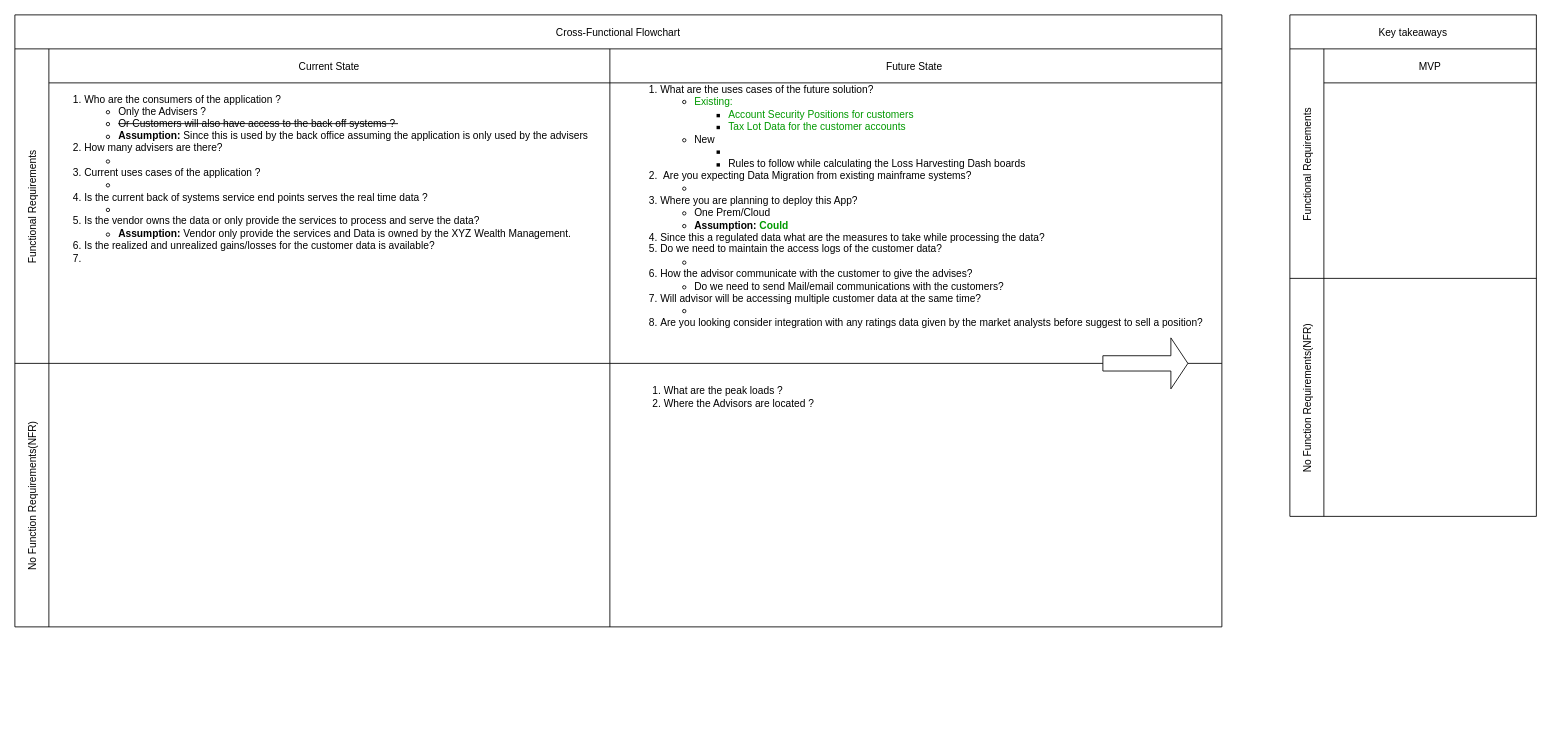
Above: page "Discussion" (2 of 3) of solution/XYZ Wealth Management.drawio in Vykuntarao-n/loss-harvesting-dashboard (draw.io), before the change. Source tidied: cells renumbered, new cells numbered last; positions are measured from the earlier drawing's top-left corner, leaving out a move shared by most shapes. Both pictures are drawn from the tidied source at 85%, with x=0, y=0 at pixel (14, 14).
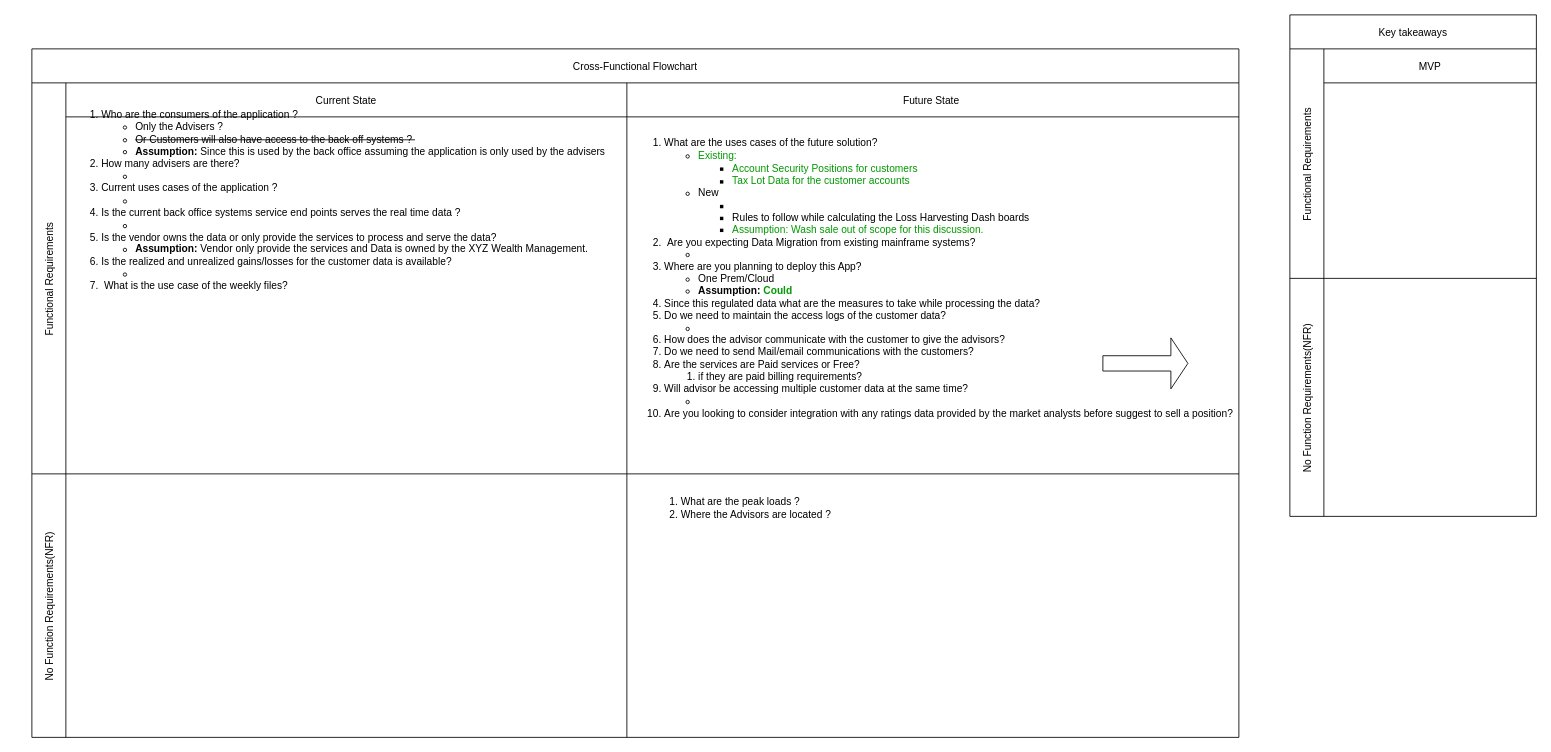
The same diagram, later.

The edit, as a diff of the source:
```diff
@@
 <mxGraphModel>
   <root>
     <mxCell id="0" />
     <mxCell id="1" parent="0" />
     <mxCell id="2" value="Cross-Functional Flowchart" style="shape=table;childLayout=tableLayout;startSize=40;" parent="1" vertex="1">
-      <mxGeometry width="1420" height="720" as="geometry" />
+      <mxGeometry x="20" y="40" width="1420" height="810" as="geometry" />
     </mxCell>
     <mxCell id="3" value="Functional Requirements" style="shape=tableRow;horizontal=0;swimlaneHead=0;swimlaneBody=0;top=0;left=0;bottom=0;right=0;fontStyle=0;fillColor=none;startSize=40;" parent="2" vertex="1">
-      <mxGeometry y="40" width="1420" height="370" as="geometry" />
+      <mxGeometry y="40" width="1420" height="460" as="geometry" />
     </mxCell>
     <mxCell id="4" value="Current State" style="swimlane;swimlaneHead=0;swimlaneBody=0;fontStyle=0;fillColor=none;startSize=40;" parent="3" vertex="1">
-      <mxGeometry x="40" width="660" height="370" as="geometry" />
+      <mxGeometry x="40" width="660" height="460" as="geometry" />
     </mxCell>
-    <mxCell id="5" value="&lt;ol&gt;&lt;li&gt;&lt;span style=&quot;background-color: initial;&quot;&gt;Who are the consumers of the application ?&lt;/span&gt;&lt;/li&gt;&lt;ul&gt;&lt;li&gt;&lt;span style=&quot;background-color: initial;&quot;&gt;Only the Advisers ?&amp;nbsp;&lt;/span&gt;&lt;/li&gt;&lt;li&gt;&lt;strike&gt;Or Customers will also have access to the back off systems ?&amp;nbsp;&lt;/strike&gt;&lt;/li&gt;&lt;li&gt;&lt;b&gt;Assumption: &lt;/b&gt;Since this is used by the back office assuming the application is only used by the advisers&lt;/li&gt;&lt;/ul&gt;&lt;li&gt;&lt;span style=&quot;background-color: initial;&quot;&gt;How many advisers are there?&amp;nbsp;&lt;/span&gt;&lt;/li&gt;&lt;ul&gt;&lt;li&gt;&lt;span style=&quot;background-color: initial;&quot;&gt;&lt;br&gt;&lt;/span&gt;&lt;/li&gt;&lt;/ul&gt;&lt;li&gt;&lt;span style=&quot;background-color: initial;&quot;&gt;Current uses cases of the application ?&amp;nbsp;&lt;/span&gt;&lt;/li&gt;&lt;ul&gt;&lt;li&gt;&lt;span style=&quot;background-color: initial;&quot;&gt;&lt;br&gt;&lt;/span&gt;&lt;/li&gt;&lt;/ul&gt;&lt;li&gt;Is the current back of systems service end points serves the real time data ?&amp;nbsp;&lt;/li&gt;&lt;ul&gt;&lt;li&gt;&lt;br&gt;&lt;/li&gt;&lt;/ul&gt;&lt;li&gt;Is the vendor owns the data or only provide the services to process and serve the data?&amp;nbsp;&lt;/li&gt;&lt;ul&gt;&lt;li&gt;&lt;b&gt;Assumption: &lt;/b&gt;Vendor only provide the services and Data is owned by the XYZ Wealth Management.&amp;nbsp;&lt;/li&gt;&lt;/ul&gt;&lt;li&gt;&lt;span&gt;Is the realized and unrealized gains/losses for the customer data is available?&lt;/span&gt;&lt;br&gt;&lt;/li&gt;&lt;li&gt;&lt;span&gt;&lt;br&gt;&lt;/span&gt;&lt;/li&gt;&lt;/ol&gt;&lt;div&gt;&lt;br&gt;&lt;/div&gt;" style="text;html=1;align=left;verticalAlign=middle;strokeColor=none;fillColor=none;" parent="4" vertex="1">
-      <mxGeometry y="35" width="660" height="250" as="geometry" />
+    <mxCell id="5" value="&lt;ol&gt;&lt;li&gt;&lt;span style=&quot;background-color: initial;&quot;&gt;Who are the consumers of the application ?&lt;/span&gt;&lt;/li&gt;&lt;ul&gt;&lt;li&gt;&lt;span style=&quot;background-color: initial;&quot;&gt;Only the Advisers ?&amp;nbsp;&lt;/span&gt;&lt;/li&gt;&lt;li&gt;&lt;strike&gt;Or Customers will also have access to the back off systems ?&amp;nbsp;&lt;/strike&gt;&lt;/li&gt;&lt;li&gt;&lt;b&gt;Assumption: &lt;/b&gt;Since this is used by the back office assuming the application is only used by the advisers&lt;/li&gt;&lt;/ul&gt;&lt;li&gt;&lt;span style=&quot;background-color: initial;&quot;&gt;How many advisers are there?&amp;nbsp;&lt;/span&gt;&lt;/li&gt;&lt;ul&gt;&lt;li&gt;&lt;span style=&quot;background-color: initial;&quot;&gt;&lt;br&gt;&lt;/span&gt;&lt;/li&gt;&lt;/ul&gt;&lt;li&gt;&lt;span style=&quot;background-color: initial;&quot;&gt;Current uses cases of the application ?&amp;nbsp;&lt;/span&gt;&lt;/li&gt;&lt;ul&gt;&lt;li&gt;&lt;span style=&quot;background-color: initial;&quot;&gt;&lt;br&gt;&lt;/span&gt;&lt;/li&gt;&lt;/ul&gt;&lt;li&gt;Is the current back office systems service end points serves the real time data ?&amp;nbsp;&lt;/li&gt;&lt;ul&gt;&lt;li&gt;&lt;br&gt;&lt;/li&gt;&lt;/ul&gt;&lt;li&gt;Is the vendor owns the data or only provide the services to process and serve the data?&amp;nbsp;&lt;/li&gt;&lt;ul&gt;&lt;li&gt;&lt;b&gt;Assumption: &lt;/b&gt;Vendor only provide the services and Data is owned by the XYZ Wealth Management.&amp;nbsp;&lt;/li&gt;&lt;/ul&gt;&lt;li&gt;&lt;span&gt;Is the realized and unrealized gains/losses for the customer data is available?&lt;/span&gt;&lt;br&gt;&lt;/li&gt;&lt;ul&gt;&lt;li&gt;&lt;span&gt;&lt;br&gt;&lt;/span&gt;&lt;/li&gt;&lt;/ul&gt;&lt;li&gt;&lt;span&gt;&lt;b style=&quot;&quot;&gt;&amp;nbsp;&lt;/b&gt;What is the use case&amp;nbsp;of the weekly files?&lt;div style=&quot;&quot;&gt;&lt;span style=&quot;background-color: initial;&quot;&gt;&lt;br&gt;&lt;/span&gt;&lt;/div&gt;&lt;span style=&quot;&quot;&gt;&amp;nbsp;&lt;/span&gt;&lt;br&gt;&lt;/span&gt;&lt;/li&gt;&lt;/ol&gt;&lt;div&gt;&lt;br&gt;&lt;/div&gt;" style="text;html=1;align=left;verticalAlign=middle;strokeColor=none;fillColor=none;" parent="4" vertex="1">
+      <mxGeometry y="10" width="660" height="300" as="geometry" />
     </mxCell>
     <mxCell id="6" value="Future State " style="swimlane;swimlaneHead=0;swimlaneBody=0;fontStyle=0;fillColor=none;startSize=40;" parent="3" vertex="1">
-      <mxGeometry x="700" width="720" height="370" as="geometry" />
+      <mxGeometry x="700" width="720" height="460" as="geometry" />
     </mxCell>
-    <mxCell id="7" value="&lt;ol&gt;&lt;li style=&quot;text-align: left;&quot;&gt;What are the uses cases of the future solution?&lt;/li&gt;&lt;ul&gt;&lt;li style=&quot;text-align: left;&quot;&gt;&lt;span style=&quot;line-height: 107%;&quot;&gt;&lt;font color=&quot;#009900&quot; style=&quot;font-size: 12px;&quot;&gt;Existing:&amp;nbsp;&lt;/font&gt;&lt;/span&gt;&lt;/li&gt;&lt;ul&gt;&lt;li style=&quot;text-align: left;&quot;&gt;&lt;font color=&quot;#009900&quot;&gt;&lt;span style=&quot;line-height: 107%;&quot;&gt;&lt;font style=&quot;font-size: 12px;&quot;&gt;Account Security Positions for customers&lt;/font&gt;&lt;/span&gt;&lt;span style=&quot;font-size: 11pt; line-height: 107%;&quot;&gt;&amp;nbsp;&lt;/span&gt;&lt;/font&gt;&lt;/li&gt;&lt;li style=&quot;text-align: left;&quot;&gt;&lt;font color=&quot;#009900&quot; style=&quot;font-size: 12px;&quot;&gt;Tax Lot Data for the customer accounts&lt;/font&gt;&lt;/li&gt;&lt;/ul&gt;&lt;li style=&quot;text-align: left;&quot;&gt;&lt;font style=&quot;font-size: 12px;&quot;&gt;New&lt;/font&gt;&lt;/li&gt;&lt;ul&gt;&lt;li style=&quot;text-align: left;&quot;&gt;&lt;br&gt;&lt;/li&gt;&lt;li style=&quot;text-align: left;&quot;&gt;Rules to follow while calculating the Loss Harvesting Dash boards&amp;nbsp;&lt;/li&gt;&lt;/ul&gt;&lt;/ul&gt;&lt;li style=&quot;text-align: left;&quot;&gt;&amp;nbsp;Are you expecting Data Migration from existing mainframe systems?&lt;/li&gt;&lt;ul&gt;&lt;li style=&quot;text-align: left;&quot;&gt;&lt;br&gt;&lt;/li&gt;&lt;/ul&gt;&lt;li style=&quot;text-align: left;&quot;&gt;Where you are planning to deploy this App?&lt;/li&gt;&lt;ul&gt;&lt;li style=&quot;text-align: left;&quot;&gt;One Prem/Cloud&amp;nbsp;&lt;/li&gt;&lt;li style=&quot;text-align: left;&quot;&gt;&lt;b&gt;Assumption: &lt;font color=&quot;#009900&quot;&gt;Could&lt;/font&gt;&lt;/b&gt;&lt;/li&gt;&lt;/ul&gt;&lt;li style=&quot;text-align: left;&quot;&gt;Since this a regulated data what are the measures to take while processing the data?&lt;/li&gt;&lt;li style=&quot;text-align: left;&quot;&gt;Do we need to maintain the access logs of the customer data?&lt;/li&gt;&lt;ul&gt;&lt;li style=&quot;text-align: left;&quot;&gt;&lt;br&gt;&lt;/li&gt;&lt;/ul&gt;&lt;li style=&quot;text-align: left;&quot;&gt;How the advisor communicate with the customer to give the advises?&lt;/li&gt;&lt;ul&gt;&lt;li style=&quot;text-align: left;&quot;&gt;Do we need to send Mail/email communications with the customers?&amp;nbsp;&amp;nbsp;&lt;/li&gt;&lt;/ul&gt;&lt;li style=&quot;text-align: left;&quot;&gt;Will advisor will be accessing multiple customer data at the same time?&amp;nbsp;&lt;/li&gt;&lt;ul&gt;&lt;li style=&quot;text-align: left;&quot;&gt;&lt;br&gt;&lt;/li&gt;&lt;/ul&gt;&lt;li style=&quot;text-align: left;&quot;&gt;Are you looking consider integration with any ratings data given by the market analysts before suggest to sell a position?&amp;nbsp;&lt;/li&gt;&lt;/ol&gt;" style="text;html=1;align=center;verticalAlign=middle;strokeColor=none;fillColor=none;" parent="6" vertex="1">
-      <mxGeometry x="5" y="20" width="710" height="330" as="geometry" />
+    <mxCell id="7" value="&lt;ol&gt;&lt;li style=&quot;text-align: left;&quot;&gt;What are the uses cases of the future solution?&lt;/li&gt;&lt;ul&gt;&lt;li style=&quot;text-align: left;&quot;&gt;&lt;span style=&quot;line-height: 107%;&quot;&gt;&lt;font color=&quot;#009900&quot; style=&quot;font-size: 12px;&quot;&gt;Existing:&amp;nbsp;&lt;/font&gt;&lt;/span&gt;&lt;/li&gt;&lt;ul&gt;&lt;li style=&quot;text-align: left;&quot;&gt;&lt;font color=&quot;#009900&quot;&gt;&lt;span style=&quot;line-height: 107%;&quot;&gt;&lt;font style=&quot;font-size: 12px;&quot;&gt;Account Security Positions for customers&lt;/font&gt;&lt;/span&gt;&lt;span style=&quot;font-size: 11pt; line-height: 107%;&quot;&gt;&amp;nbsp;&lt;/span&gt;&lt;/font&gt;&lt;/li&gt;&lt;li style=&quot;text-align: left;&quot;&gt;&lt;font color=&quot;#009900&quot; style=&quot;font-size: 12px;&quot;&gt;Tax Lot Data for the customer accounts&lt;/font&gt;&lt;/li&gt;&lt;/ul&gt;&lt;li style=&quot;text-align: left;&quot;&gt;&lt;font style=&quot;font-size: 12px;&quot;&gt;New&lt;/font&gt;&lt;/li&gt;&lt;ul&gt;&lt;li style=&quot;text-align: left;&quot;&gt;&lt;br&gt;&lt;/li&gt;&lt;li style=&quot;text-align: left;&quot;&gt;Rules to follow while calculating the Loss Harvesting Dash boards&lt;/li&gt;&lt;li style=&quot;text-align: left;&quot;&gt;&lt;font color=&quot;#009900&quot;&gt;Assumption: Wash sale out of scope for this discussion.&lt;/font&gt;&amp;nbsp;&amp;nbsp;&lt;/li&gt;&lt;/ul&gt;&lt;/ul&gt;&lt;li style=&quot;text-align: left;&quot;&gt;&amp;nbsp;Are you expecting Data Migration from existing mainframe systems?&lt;/li&gt;&lt;ul&gt;&lt;li style=&quot;text-align: left;&quot;&gt;&lt;br&gt;&lt;/li&gt;&lt;/ul&gt;&lt;li style=&quot;text-align: left;&quot;&gt;Where are you planning to deploy this App?&lt;/li&gt;&lt;ul&gt;&lt;li style=&quot;text-align: left;&quot;&gt;One Prem/Cloud&amp;nbsp;&lt;/li&gt;&lt;li style=&quot;text-align: left;&quot;&gt;&lt;b&gt;Assumption: &lt;font color=&quot;#009900&quot;&gt;Could&lt;/font&gt;&lt;/b&gt;&lt;/li&gt;&lt;/ul&gt;&lt;li style=&quot;text-align: left;&quot;&gt;Since this regulated data what are the measures to take while processing the data?&lt;/li&gt;&lt;li style=&quot;text-align: left;&quot;&gt;Do we need to maintain the access logs of the customer data?&lt;/li&gt;&lt;ul&gt;&lt;li style=&quot;text-align: left;&quot;&gt;&lt;br&gt;&lt;/li&gt;&lt;/ul&gt;&lt;li style=&quot;text-align: left;&quot;&gt;How does the advisor communicate with the customer to give the advisors?&lt;/li&gt;&lt;li style=&quot;text-align: left;&quot;&gt;Do we need to send Mail/email communications with the customers?&lt;/li&gt;&lt;li style=&quot;text-align: left;&quot;&gt;Are the services are Paid services or Free?&lt;/li&gt;&lt;ol&gt;&lt;li style=&quot;text-align: left;&quot;&gt;if they are paid billing requirements?&amp;nbsp;&amp;nbsp;&lt;/li&gt;&lt;/ol&gt;&lt;li style=&quot;text-align: left;&quot;&gt;Will advisor be accessing multiple customer data at the same time?&amp;nbsp;&lt;/li&gt;&lt;ul&gt;&lt;li style=&quot;text-align: left;&quot;&gt;&lt;br&gt;&lt;/li&gt;&lt;/ul&gt;&lt;li style=&quot;text-align: left;&quot;&gt;Are you looking to consider integration with any ratings data provided by the market analysts before suggest to sell a position?&amp;nbsp;&lt;/li&gt;&lt;/ol&gt;" style="text;html=1;align=center;verticalAlign=middle;strokeColor=none;fillColor=none;" parent="6" vertex="1">
+      <mxGeometry x="-10" y="45" width="740" height="370" as="geometry" />
     </mxCell>
     <mxCell id="8" value="No Function Requirements(NFR)" style="shape=tableRow;horizontal=0;swimlaneHead=0;swimlaneBody=0;top=0;left=0;bottom=0;right=0;fontStyle=0;fillColor=none;startSize=40;" parent="2" vertex="1">
-      <mxGeometry y="410" width="1420" height="310" as="geometry" />
+      <mxGeometry y="500" width="1420" height="310" as="geometry" />
     </mxCell>
     <mxCell id="9" style="swimlane;swimlaneHead=0;swimlaneBody=0;fontStyle=0;fillColor=none;startSize=0;" parent="8" vertex="1">
       <mxGeometry x="40" width="660" height="310" as="geometry" />
     </mxCell>
     <mxCell id="10" style="swimlane;swimlaneHead=0;swimlaneBody=0;fontStyle=0;fillColor=none;startSize=0;" parent="8" vertex="1">
       <mxGeometry x="700" width="720" height="310" as="geometry" />
     </mxCell>
     <mxCell id="11" value="&lt;ol&gt;&lt;li style=&quot;text-align: left;&quot;&gt;&lt;span style=&quot;&quot;&gt;What are the peak loads ?&lt;/span&gt;&lt;/li&gt;&lt;li style=&quot;text-align: left;&quot;&gt;&lt;span style=&quot;&quot;&gt;Where the Advisors are located ?&amp;nbsp;&amp;nbsp;&lt;/span&gt;&lt;/li&gt;&lt;/ol&gt;" style="text;html=1;align=center;verticalAlign=middle;strokeColor=none;fillColor=none;" parent="10" vertex="1">
       <mxGeometry x="10" y="5" width="250" height="70" as="geometry" />
     </mxCell>
     <mxCell id="12" style="shape=singleArrow;whiteSpace=wrap;html=1;" parent="1" vertex="1">
       <mxGeometry x="1280" y="380" width="100" height="60" as="geometry" />
     </mxCell>
     <mxCell id="13" value="Key takeaways" style="shape=table;childLayout=tableLayout;startSize=40;" parent="1" vertex="1">
       <mxGeometry x="1500" width="290" height="590" as="geometry" />
     </mxCell>
     <mxCell id="14" value="Functional Requirements" style="shape=tableRow;horizontal=0;swimlaneHead=0;swimlaneBody=0;top=0;left=0;bottom=0;right=0;fontStyle=0;fillColor=none;startSize=40;" parent="13" vertex="1">
       <mxGeometry y="40" width="290" height="270" as="geometry" />
     </mxCell>
     <mxCell id="15" value="MVP" style="swimlane;swimlaneHead=0;swimlaneBody=0;fontStyle=0;fillColor=none;startSize=40;" parent="14" vertex="1">
       <mxGeometry x="40" width="250" height="270" as="geometry" />
     </mxCell>
     <mxCell id="16" value="No Function Requirements(NFR)" style="shape=tableRow;horizontal=0;swimlaneHead=0;swimlaneBody=0;top=0;left=0;bottom=0;right=0;fontStyle=0;fillColor=none;startSize=40;" parent="13" vertex="1">
       <mxGeometry y="310" width="290" height="280" as="geometry" />
     </mxCell>
     <mxCell id="17" style="swimlane;swimlaneHead=0;swimlaneBody=0;fontStyle=0;fillColor=none;startSize=0;" parent="16" vertex="1">
       <mxGeometry x="40" width="250" height="280" as="geometry" />
     </mxCell>
   </root>
 </mxGraphModel>
```
